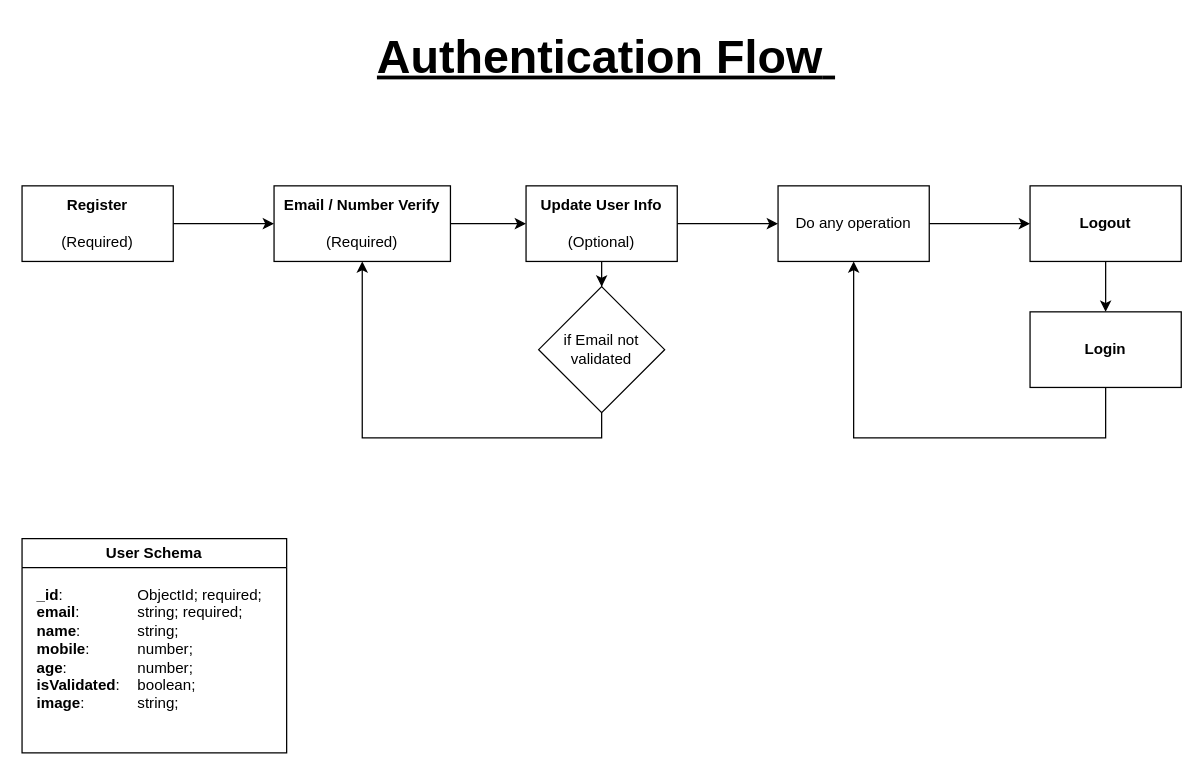
Earlier version of the draw.io diagram server/authentication-flow.drawio (JiveshRajput/url-shortner). Source tidied: cells renumbered, new cells numbered last; positions are measured from the earlier drawing's top-left corner, leaving out a move shared by most shapes. Both pictures are drawn from the tidied source at 126%, with x=0, y=0 at pixel (21, 21).
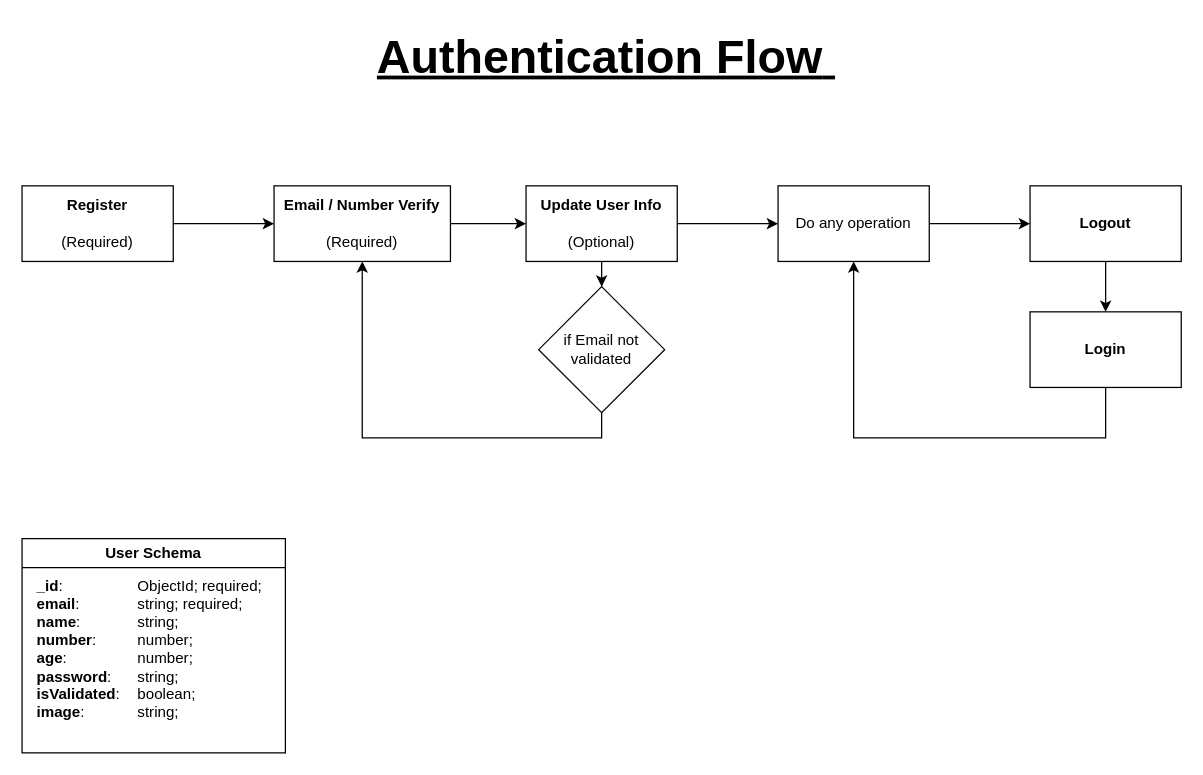
The same diagram, later.

Change to the diagram source:
```diff
@@
     <mxCell id="18" value="User Schema" style="swimlane;whiteSpace=wrap;html=1;" parent="1" vertex="1">
-      <mxGeometry y="410" width="210" height="170" as="geometry" />
+      <mxGeometry y="410" width="209" height="170" as="geometry" />
     </mxCell>
-    <mxCell id="19" value="&lt;div&gt;&lt;div&gt;&lt;span style=&quot;background-color: initial;&quot;&gt;&lt;b&gt;_id&lt;/b&gt;:&lt;span style=&quot;white-space: pre;&quot;&gt;&#9;&lt;/span&gt;&lt;span style=&quot;white-space: pre;&quot;&gt;&#9;&lt;/span&gt;&lt;span style=&quot;white-space: pre;&quot;&gt;&#9;&lt;/span&gt;ObjectId; required;&lt;/span&gt;&lt;/div&gt;&lt;div&gt;&lt;b style=&quot;background-color: initial;&quot;&gt;email&lt;/b&gt;&lt;span style=&quot;background-color: initial;&quot;&gt;: &lt;/span&gt;&lt;span style=&quot;background-color: initial; white-space: pre;&quot;&gt;&#9;&lt;/span&gt;&lt;span style=&quot;background-color: initial; white-space: pre;&quot;&gt;&#9;&lt;/span&gt;&lt;span style=&quot;background-color: initial;&quot;&gt;string; required;&lt;/span&gt;&lt;br&gt;&lt;/div&gt;&lt;div&gt;&lt;span style=&quot;background-color: initial;&quot;&gt;&lt;b&gt;name&lt;/b&gt;: &lt;span style=&quot;white-space: pre;&quot;&gt;&#9;&lt;span style=&quot;white-space: pre;&quot;&gt;&#9;&lt;/span&gt;&lt;/span&gt;string;&lt;/span&gt;&lt;br&gt;&lt;/div&gt;&lt;/div&gt;&lt;div&gt;&lt;div&gt;&lt;b&gt;mobile&lt;/b&gt;: &lt;span style=&quot;white-space: pre;&quot;&gt;&#9;&lt;span style=&quot;white-space: pre;&quot;&gt;&#9;&lt;/span&gt;&lt;/span&gt;number;&lt;/div&gt;&lt;div&gt;&lt;div&gt;&lt;span style=&quot;background-color: initial;&quot;&gt;&lt;b&gt;age&lt;/b&gt;: &lt;span style=&quot;white-space: pre;&quot;&gt;&#9;&lt;span style=&quot;white-space: pre;&quot;&gt;&#9;&lt;/span&gt;&lt;/span&gt;number;&lt;/span&gt;&lt;br&gt;&lt;/div&gt;&lt;div&gt;&lt;span style=&quot;background-color: initial;&quot;&gt;&lt;b&gt;isValidated&lt;/b&gt;: &lt;span style=&quot;white-space: pre;&quot;&gt;&#9;&lt;/span&gt;boolean;&lt;/span&gt;&lt;br&gt;&lt;/div&gt;&lt;/div&gt;&lt;div&gt;&lt;b&gt;image&lt;/b&gt;:&lt;span style=&quot;white-space: pre;&quot;&gt;&#9;&lt;/span&gt;&lt;span style=&quot;white-space: pre;&quot;&gt;&#9;&lt;/span&gt;string;&lt;/div&gt;&lt;div&gt;&lt;br&gt;&lt;/div&gt;&lt;/div&gt;" style="text;html=1;align=left;verticalAlign=middle;whiteSpace=wrap;rounded=0;" parent="18" vertex="1">
+    <mxCell id="19" value="&lt;div&gt;&lt;div&gt;&lt;span style=&quot;background-color: initial;&quot;&gt;&lt;b&gt;_id&lt;/b&gt;:&lt;span style=&quot;white-space: pre;&quot;&gt;&#9;&lt;/span&gt;&lt;span style=&quot;white-space: pre;&quot;&gt;&#9;&lt;/span&gt;&lt;span style=&quot;white-space: pre;&quot;&gt;&#9;&lt;/span&gt;ObjectId; required;&lt;/span&gt;&lt;/div&gt;&lt;div&gt;&lt;b style=&quot;background-color: initial;&quot;&gt;email&lt;/b&gt;&lt;span style=&quot;background-color: initial;&quot;&gt;: &lt;/span&gt;&lt;span style=&quot;background-color: initial; white-space: pre;&quot;&gt;&#9;&lt;/span&gt;&lt;span style=&quot;background-color: initial; white-space: pre;&quot;&gt;&#9;&lt;/span&gt;&lt;span style=&quot;background-color: initial;&quot;&gt;string; required;&lt;/span&gt;&lt;br&gt;&lt;/div&gt;&lt;div&gt;&lt;span style=&quot;background-color: initial;&quot;&gt;&lt;b&gt;name&lt;/b&gt;: &lt;span style=&quot;white-space: pre;&quot;&gt;&#9;&lt;span style=&quot;white-space: pre;&quot;&gt;&#9;&lt;/span&gt;&lt;/span&gt;string;&lt;/span&gt;&lt;br&gt;&lt;/div&gt;&lt;/div&gt;&lt;div&gt;&lt;div&gt;&lt;b&gt;number&lt;/b&gt;: &lt;span style=&quot;white-space: pre;&quot;&gt;&#9;&lt;span style=&quot;white-space: pre;&quot;&gt;&#9;&lt;/span&gt;&lt;/span&gt;number;&lt;/div&gt;&lt;div&gt;&lt;div&gt;&lt;span style=&quot;background-color: initial;&quot;&gt;&lt;b&gt;age&lt;/b&gt;: &lt;span style=&quot;white-space: pre;&quot;&gt;&#9;&lt;span style=&quot;white-space: pre;&quot;&gt;&#9;&lt;/span&gt;&lt;/span&gt;number;&lt;/span&gt;&lt;br&gt;&lt;/div&gt;&lt;div&gt;&lt;b&gt;password&lt;/b&gt;:&lt;span style=&quot;white-space: pre;&quot;&gt;&#9;&lt;/span&gt;string;&lt;/div&gt;&lt;div&gt;&lt;span style=&quot;background-color: initial;&quot;&gt;&lt;b&gt;isValidated&lt;/b&gt;: &lt;span style=&quot;white-space: pre;&quot;&gt;&#9;&lt;/span&gt;boolean;&lt;/span&gt;&lt;br&gt;&lt;/div&gt;&lt;/div&gt;&lt;div&gt;&lt;b&gt;image&lt;/b&gt;:&lt;span style=&quot;white-space: pre;&quot;&gt;&#9;&lt;/span&gt;&lt;span style=&quot;white-space: pre;&quot;&gt;&#9;&lt;/span&gt;string;&lt;/div&gt;&lt;div&gt;&lt;br&gt;&lt;/div&gt;&lt;/div&gt;" style="text;html=1;align=left;verticalAlign=middle;whiteSpace=wrap;rounded=0;" parent="18" vertex="1">
       <mxGeometry x="10" y="30" width="190" height="130" as="geometry" />
     </mxCell>
```
